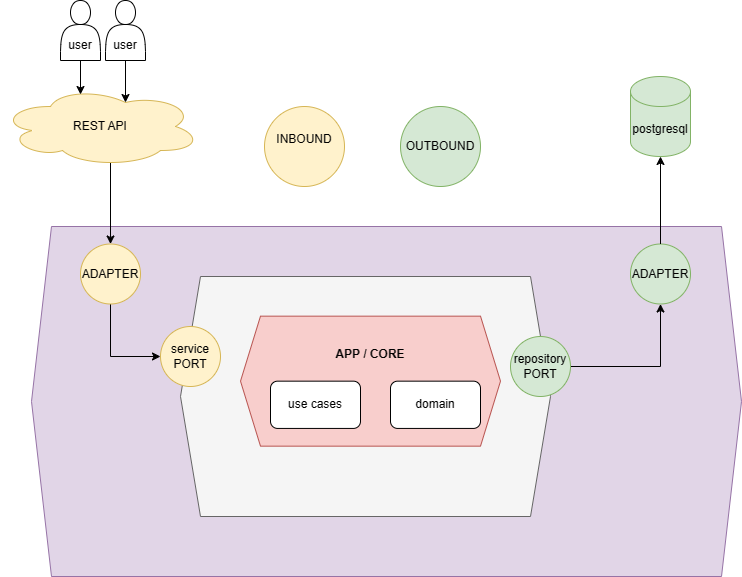
Earlier version of the draw.io export docs/phase1-Arquitetura-hexagonal.drawio.png (antoniodsaf/fastfood-app). Source tidied: cells renumbered, new cells last; positions are measured from the earlier drawing's top-left corner, leaving out a move shared by most shapes.
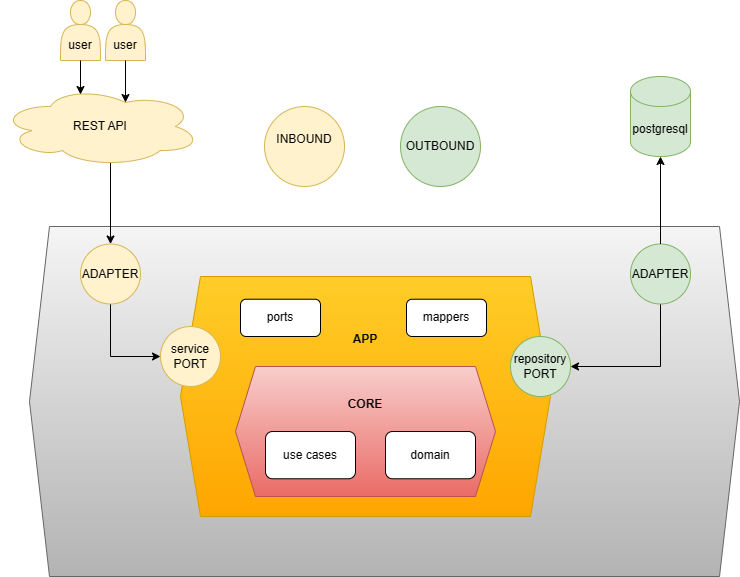
The same diagram one commit later.

The edit, as a diff of the source:
```diff
@@ -2,15 +2,12 @@
   <root>
     <mxCell id="0" />
     <mxCell id="1" parent="0" />
-    <mxCell id="2" style="shape=hexagon;perimeter=hexagonPerimeter2;whiteSpace=wrap;html=1;fixedSize=1;fillColor=#e1d5e7;strokeColor=#9673a6;" parent="1" vertex="1">
-      <mxGeometry x="31" y="226" width="710" height="350" as="geometry" />
+    <mxCell id="2" style="shape=hexagon;perimeter=hexagonPerimeter2;whiteSpace=wrap;html=1;fixedSize=1;fillColor=#f5f5f5;strokeColor=#666666;gradientColor=#b3b3b3;" parent="1" vertex="1">
+      <mxGeometry x="29" y="226" width="710" height="350" as="geometry" />
     </mxCell>
-    <mxCell id="3" style="shape=hexagon;perimeter=hexagonPerimeter2;whiteSpace=wrap;html=1;fixedSize=1;fillColor=#f5f5f5;strokeColor=#666666;fontColor=#333333;" parent="1" vertex="1">
+    <mxCell id="3" style="shape=hexagon;perimeter=hexagonPerimeter2;whiteSpace=wrap;html=1;fixedSize=1;fillColor=#ffcd28;strokeColor=#d79b00;gradientColor=#ffa500;" parent="1" vertex="1">
       <mxGeometry x="180" y="276" width="370" height="240" as="geometry" />
     </mxCell>
-    <mxCell id="4" style="edgeStyle=orthogonalEdgeStyle;rounded=0;jettySize=auto;html=1;exitX=1;exitY=0.5;exitDx=0;exitDy=0;" parent="1" edge="1" source="5" target="9">
-      <mxGeometry relative="1" as="geometry" />
-    </mxCell>
     <mxCell id="5" value="repository&lt;div&gt;PORT&lt;/div&gt;" style="ellipse;whiteSpace=wrap;html=1;fillColor=#d5e8d4;strokeColor=#82b366;" parent="1" vertex="1">
       <mxGeometry x="510" y="336" width="60" height="60" as="geometry" />
     </mxCell>
@@ -23,6 +20,9 @@
     <mxCell id="8" value="&lt;div&gt;service&lt;/div&gt;&lt;div&gt;PORT&lt;/div&gt;" style="ellipse;whiteSpace=wrap;html=1;fillColor=#fff2cc;strokeColor=#d6b656;" parent="1" vertex="1">
       <mxGeometry x="160" y="326" width="60" height="60" as="geometry" />
     </mxCell>
+    <mxCell id="26" style="edgeStyle=orthogonalEdgeStyle;rounded=0;jettySize=auto;html=1;exitX=0.5;exitY=1;exitDx=0;exitDy=0;entryX=1;entryY=0.5;entryDx=0;entryDy=0;" parent="1" edge="1" source="9" target="5">
+      <mxGeometry relative="1" as="geometry" />
+    </mxCell>
     <mxCell id="9" value="ADAPTER" style="ellipse;whiteSpace=wrap;html=1;fillColor=#d5e8d4;strokeColor=#82b366;" parent="1" vertex="1">
       <mxGeometry x="630" y="243.5" width="60" height="60" as="geometry" />
     </mxCell>
@@ -44,13 +44,22 @@
     <mxCell id="15" style="edgeStyle=orthogonalEdgeStyle;rounded=0;jettySize=auto;html=1;exitX=0.5;exitY=0;exitDx=0;exitDy=0;entryX=0.5;entryY=1;entryDx=0;entryDy=0;entryPerimeter=0;" parent="1" edge="1" source="9" target="12">
       <mxGeometry relative="1" as="geometry" />
     </mxCell>
-    <mxCell id="16" style="group;" parent="1" vertex="1">
-      <mxGeometry x="250" y="326" width="260" height="130" as="geometry" />
-    </mxCell>
+    <mxCell id="22" value="&lt;div&gt;&lt;br&gt;&lt;/div&gt;&lt;div&gt;&lt;br&gt;&lt;/div&gt;&lt;div&gt;&lt;span style=&quot;background-color: initial;&quot;&gt;user&lt;/span&gt;&lt;br&gt;&lt;/div&gt;" style="shape=actor;whiteSpace=wrap;html=1;fillColor=#fff2cc;strokeColor=#d6b656;" parent="1" vertex="1">
+      <mxGeometry x="105" width="40" height="60" as="geometry" />
+    </mxCell>
+    <mxCell id="23" style="edgeStyle=orthogonalEdgeStyle;rounded=0;jettySize=auto;html=1;entryX=0.625;entryY=0.2;entryDx=0;entryDy=0;entryPerimeter=0;" parent="1" edge="1" source="22" target="14">
+      <mxGeometry relative="1" as="geometry" />
+    </mxCell>
+    <mxCell id="24" value="&lt;div&gt;&lt;br&gt;&lt;/div&gt;&lt;div&gt;&lt;br&gt;&lt;/div&gt;&lt;div&gt;&lt;span style=&quot;background-color: initial;&quot;&gt;user&lt;/span&gt;&lt;br&gt;&lt;/div&gt;" style="shape=actor;whiteSpace=wrap;html=1;fillColor=#fff2cc;strokeColor=#d6b656;" parent="1" vertex="1">
+      <mxGeometry x="60" width="40" height="60" as="geometry" />
+    </mxCell>
+    <mxCell id="25" style="edgeStyle=orthogonalEdgeStyle;rounded=0;jettySize=auto;html=1;entryX=0.4;entryY=0.1;entryDx=0;entryDy=0;entryPerimeter=0;" parent="1" edge="1" source="24" target="14">
+      <mxGeometry relative="1" as="geometry" />
+    </mxCell>
-    <mxCell id="17" style="group;" parent="16" vertex="1">
-      <mxGeometry x="-10" y="-10.3" width="260" height="130" as="geometry" />
+    <mxCell id="17" style="group;" parent="1" vertex="1">
+      <mxGeometry x="235" y="366" width="260" height="130" as="geometry" />
     </mxCell>
-    <mxCell id="18" style="shape=hexagon;perimeter=hexagonPerimeter2;whiteSpace=wrap;html=1;fixedSize=1;fillColor=#f8cecc;strokeColor=#b85450;" parent="17" vertex="1">
+    <mxCell id="18" style="shape=hexagon;perimeter=hexagonPerimeter2;whiteSpace=wrap;html=1;fixedSize=1;fillColor=#f8cecc;strokeColor=#b85450;gradientColor=#ea6b66;" parent="17" vertex="1">
       <mxGeometry width="260" height="130" as="geometry" />
     </mxCell>
     <mxCell id="19" value="domain" style="rounded=1;whiteSpace=wrap;html=1;" parent="17" vertex="1">
@@ -59,20 +68,17 @@
     <mxCell id="20" value="use cases" style="rounded=1;whiteSpace=wrap;html=1;" parent="17" vertex="1">
       <mxGeometry x="30" y="65" width="90" height="47.3" as="geometry" />
     </mxCell>
-    <mxCell id="21" value="&lt;b&gt;APP / CORE&lt;/b&gt;" style="text;html=1;align=center;verticalAlign=middle;whiteSpace=wrap;rounded=0;" parent="17" vertex="1">
+    <mxCell id="21" value="&lt;b&gt;CORE&lt;/b&gt;" style="text;html=1;align=center;verticalAlign=middle;whiteSpace=wrap;rounded=0;" parent="17" vertex="1">
       <mxGeometry x="65" y="20.3" width="130" height="35.5" as="geometry" />
     </mxCell>
-    <mxCell id="22" value="&lt;div&gt;&lt;br&gt;&lt;/div&gt;&lt;div&gt;&lt;br&gt;&lt;/div&gt;&lt;div&gt;&lt;span style=&quot;background-color: initial;&quot;&gt;user&lt;/span&gt;&lt;br&gt;&lt;/div&gt;" style="shape=actor;whiteSpace=wrap;html=1;" parent="1" vertex="1">
-      <mxGeometry x="105" width="40" height="60" as="geometry" />
-    </mxCell>
-    <mxCell id="23" style="edgeStyle=orthogonalEdgeStyle;rounded=0;jettySize=auto;html=1;entryX=0.625;entryY=0.2;entryDx=0;entryDy=0;entryPerimeter=0;" parent="1" edge="1" source="22" target="14">
-      <mxGeometry relative="1" as="geometry" />
-    </mxCell>
-    <mxCell id="24" value="&lt;div&gt;&lt;br&gt;&lt;/div&gt;&lt;div&gt;&lt;br&gt;&lt;/div&gt;&lt;div&gt;&lt;span style=&quot;background-color: initial;&quot;&gt;user&lt;/span&gt;&lt;br&gt;&lt;/div&gt;" style="shape=actor;whiteSpace=wrap;html=1;" parent="1" vertex="1">
-      <mxGeometry x="60" width="40" height="60" as="geometry" />
-    </mxCell>
-    <mxCell id="25" style="edgeStyle=orthogonalEdgeStyle;rounded=0;jettySize=auto;html=1;entryX=0.4;entryY=0.1;entryDx=0;entryDy=0;entryPerimeter=0;" parent="1" edge="1" source="24" target="14">
-      <mxGeometry relative="1" as="geometry" />
-    </mxCell>
+    <mxCell id="27" value="&lt;b&gt;APP&lt;/b&gt;" style="text;html=1;align=center;verticalAlign=middle;whiteSpace=wrap;rounded=0;" parent="17" vertex="1">
+      <mxGeometry x="100" y="-41.7" width="60" height="30" as="geometry" />
+    </mxCell>
+    <mxCell id="28" value="ports" style="rounded=1;whiteSpace=wrap;html=1;" parent="1" vertex="1">
+      <mxGeometry x="240" y="298.7" width="80" height="37.3" as="geometry" />
+    </mxCell>
+    <mxCell id="29" value="mappers" style="rounded=1;whiteSpace=wrap;html=1;" parent="1" vertex="1">
+      <mxGeometry x="406" y="298.7" width="80" height="37.3" as="geometry" />
+    </mxCell>
   </root>
 </mxGraphModel>
```
